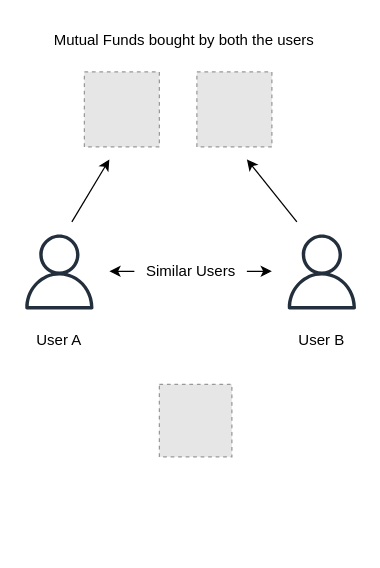
Above: Untitled Diagram.drawio in sudhanshu-shukla-git/Predict-Plus (draw.io), before the change. Source tidied: cells renumbered, new cells numbered last; positions are measured from the earlier drawing's top-left corner, leaving out a move shared by most shapes. Both pictures are drawn from the tidied source at 125%, with x=0, y=0 at pixel (21, 21). Pictures stored in the file or linked from it are replaced by grey dashed boxes.
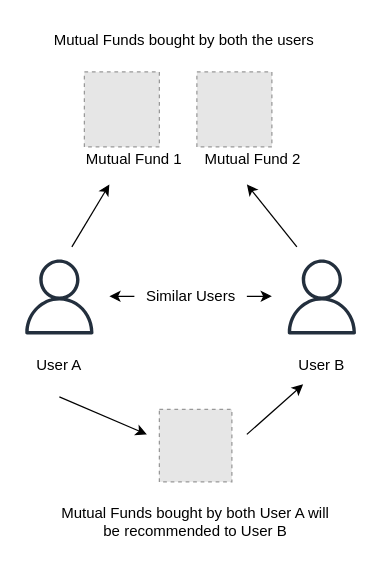
After the change.

The edit, as a diff of the source:
```diff
@@
+    <mxCell id="3" style="fillColor=#E6E6E6;strokeColor=#999999;dashed=1;html=1;verticalAlign=top;verticalLabelPosition=bottom;labelBackgroundColor=#ffffff;" parent="1" vertex="1">
+      <mxGeometry x="50" y="40" width="60" height="60" as="geometry" />
+    </mxCell>
+    <mxCell id="5" style="fillColor=#E6E6E6;strokeColor=#999999;dashed=1;html=1;verticalAlign=top;verticalLabelPosition=bottom;labelBackgroundColor=#ffffff;" parent="1" vertex="1">
+      <mxGeometry x="140" y="40" width="60" height="60" as="geometry" />
+    </mxCell>
+    <mxCell id="12" value="Mutual Funds bought by both the users" style="text;html=1;strokeColor=none;fillColor=none;align=center;verticalAlign=middle;whiteSpace=wrap;rounded=0;" parent="1" vertex="1">
+      <mxGeometry x="10" width="240" height="30" as="geometry" />
+    </mxCell>
+    <mxCell id="15" style="group;" parent="1" vertex="1">
+      <mxGeometry y="130" width="270" height="290" as="geometry" />
+    </mxCell>
-    <mxCell id="2" style="endArrow=classic;startArrow=none;html=1;rounded=0;" parent="1" edge="1" source="8">
+    <mxCell id="2" style="endArrow=classic;startArrow=none;html=1;rounded=0;" parent="15" edge="1" source="8">
       <mxGeometry relative="1" as="geometry">
-        <mxPoint x="200" y="199.5" as="targetPoint" />
+        <mxPoint x="200" y="89.5" as="targetPoint" />
       </mxGeometry>
     </mxCell>
-    <mxCell id="3" style="fillColor=#E6E6E6;strokeColor=#999999;dashed=1;html=1;verticalAlign=top;verticalLabelPosition=bottom;labelBackgroundColor=#ffffff;" parent="1" vertex="1">
-      <mxGeometry x="50" y="40" width="60" height="60" as="geometry" />
-    </mxCell>
-    <mxCell id="4" style="sketch=0;fontColor=#232F3E;gradientColor=none;fillColor=#232F3D;strokeColor=none;dashed=0;verticalLabelPosition=bottom;verticalAlign=top;align=center;html=1;fontSize=12;fontStyle=0;shape=mxgraph.aws4.user;" parent="1" vertex="1">
-      <mxGeometry y="170" width="60" height="60" as="geometry" />
+    <mxCell id="4" style="sketch=0;fontColor=#232F3E;gradientColor=none;fillColor=#232F3D;strokeColor=none;dashed=0;verticalLabelPosition=bottom;verticalAlign=top;align=center;html=1;fontSize=12;fontStyle=0;shape=mxgraph.aws4.user;" parent="15" vertex="1">
+      <mxGeometry y="60" width="60" height="60" as="geometry" />
     </mxCell>
-    <mxCell id="5" style="fillColor=#E6E6E6;strokeColor=#999999;dashed=1;html=1;verticalAlign=top;verticalLabelPosition=bottom;labelBackgroundColor=#ffffff;" parent="1" vertex="1">
-      <mxGeometry x="140" y="40" width="60" height="60" as="geometry" />
-    </mxCell>
-    <mxCell id="6" style="sketch=0;fontColor=#232F3E;gradientColor=none;fillColor=#232F3D;strokeColor=none;dashed=0;verticalLabelPosition=bottom;verticalAlign=top;align=center;html=1;fontSize=12;fontStyle=0;shape=mxgraph.aws4.user;" parent="1" vertex="1">
-      <mxGeometry x="210" y="170" width="60" height="60" as="geometry" />
+    <mxCell id="6" style="sketch=0;fontColor=#232F3E;gradientColor=none;fillColor=#232F3D;strokeColor=none;dashed=0;verticalLabelPosition=bottom;verticalAlign=top;align=center;html=1;fontSize=12;fontStyle=0;shape=mxgraph.aws4.user;" parent="15" vertex="1">
+      <mxGeometry x="210" y="60" width="60" height="60" as="geometry" />
     </mxCell>
-    <mxCell id="7" style="fillColor=#E6E6E6;strokeColor=#999999;dashed=1;html=1;verticalAlign=top;verticalLabelPosition=bottom;labelBackgroundColor=#ffffff;" parent="1" vertex="1">
-      <mxGeometry x="110" y="290" width="58" height="58" as="geometry" />
+    <mxCell id="7" style="fillColor=#E6E6E6;strokeColor=#999999;dashed=1;html=1;verticalAlign=top;verticalLabelPosition=bottom;labelBackgroundColor=#ffffff;" parent="15" vertex="1">
+      <mxGeometry x="110" y="180" width="58" height="58" as="geometry" />
     </mxCell>
-    <mxCell id="8" value="Similar Users" style="text;html=1;align=center;verticalAlign=middle;points=[];strokeColor=none;fillColor=none;" parent="1" vertex="1">
-      <mxGeometry x="90" y="190" width="90" height="20" as="geometry" />
+    <mxCell id="8" value="Similar Users" style="text;html=1;align=center;verticalAlign=middle;points=[];strokeColor=none;fillColor=none;" parent="15" vertex="1">
+      <mxGeometry x="90" y="80" width="90" height="20" as="geometry" />
     </mxCell>
-    <mxCell id="9" style="endArrow=none;startArrow=classic;html=1;rounded=0;" parent="1" edge="1" target="8">
+    <mxCell id="9" style="endArrow=none;startArrow=classic;html=1;rounded=0;" parent="15" edge="1" target="8">
       <mxGeometry relative="1" as="geometry">
-        <mxPoint x="70" y="199.5" as="sourcePoint" />
+        <mxPoint x="70" y="89.5" as="sourcePoint" />
       </mxGeometry>
     </mxCell>
-    <mxCell id="10" style="endArrow=classic;html=1;rounded=0;" parent="1" edge="1">
+    <mxCell id="10" style="endArrow=classic;html=1;rounded=0;" parent="15" edge="1">
       <mxGeometry relative="1" as="geometry">
-        <mxPoint x="40" y="160" as="sourcePoint" />
-        <mxPoint x="70" y="110" as="targetPoint" />
+        <mxPoint x="40" y="50" as="sourcePoint" />
+        <mxPoint x="70" as="targetPoint" />
       </mxGeometry>
     </mxCell>
-    <mxCell id="11" style="endArrow=classic;html=1;rounded=0;" parent="1" edge="1">
+    <mxCell id="11" style="endArrow=classic;html=1;rounded=0;" parent="15" edge="1">
       <mxGeometry relative="1" as="geometry">
-        <mxPoint x="220" y="160" as="sourcePoint" />
-        <mxPoint x="180" y="110" as="targetPoint" />
+        <mxPoint x="220" y="50" as="sourcePoint" />
+        <mxPoint x="180" as="targetPoint" />
       </mxGeometry>
     </mxCell>
-    <mxCell id="12" value="Mutual Funds bought by both the users" style="text;html=1;strokeColor=none;fillColor=none;align=center;verticalAlign=middle;whiteSpace=wrap;rounded=0;" parent="1" vertex="1">
-      <mxGeometry x="10" width="240" height="30" as="geometry" />
-    </mxCell>
-    <mxCell id="13" value="User A" style="text;html=1;strokeColor=none;fillColor=none;align=center;verticalAlign=middle;whiteSpace=wrap;rounded=0;" parent="1" vertex="1">
-      <mxGeometry y="240" width="60" height="30" as="geometry" />
+    <mxCell id="13" value="User A" style="text;html=1;strokeColor=none;fillColor=none;align=center;verticalAlign=middle;whiteSpace=wrap;rounded=0;" parent="15" vertex="1">
+      <mxGeometry y="130" width="60" height="30" as="geometry" />
     </mxCell>
-    <mxCell id="14" value="User B" style="text;html=1;strokeColor=none;fillColor=none;align=center;verticalAlign=middle;whiteSpace=wrap;rounded=0;" parent="1" vertex="1">
-      <mxGeometry x="210" y="240" width="60" height="30" as="geometry" />
+    <mxCell id="14" value="User B" style="text;html=1;strokeColor=none;fillColor=none;align=center;verticalAlign=middle;whiteSpace=wrap;rounded=0;" parent="15" vertex="1">
+      <mxGeometry x="210" y="130" width="60" height="30" as="geometry" />
     </mxCell>
+    <mxCell id="16" style="endArrow=classic;html=1;rounded=0;entryX=0.25;entryY=1;entryDx=0;entryDy=0;" parent="15" edge="1" target="14">
+      <mxGeometry relative="1" as="geometry">
+        <mxPoint x="180" y="200" as="sourcePoint" />
+      </mxGeometry>
+    </mxCell>
+    <mxCell id="17" style="endArrow=classic;html=1;rounded=0;" parent="15" edge="1">
+      <mxGeometry relative="1" as="geometry">
+        <mxPoint x="30" y="170" as="sourcePoint" />
+        <mxPoint x="100" y="200" as="targetPoint" />
+      </mxGeometry>
+    </mxCell>
+    <mxCell id="18" value="Mutual Funds bought by both User A will be recommended to User B" style="text;html=1;strokeColor=none;fillColor=none;align=center;verticalAlign=middle;whiteSpace=wrap;rounded=0;" parent="15" vertex="1">
+      <mxGeometry x="29" y="250" width="220" height="40" as="geometry" />
+    </mxCell>
+    <mxCell id="19" value="Mutual Fund 1" style="text;html=1;strokeColor=none;fillColor=none;align=center;verticalAlign=middle;whiteSpace=wrap;rounded=0;" parent="1" vertex="1">
+      <mxGeometry x="50" y="100" width="80" height="20" as="geometry" />
+    </mxCell>
+    <mxCell id="20" value="Mutual Fund 2" style="text;html=1;strokeColor=none;fillColor=none;align=center;verticalAlign=middle;whiteSpace=wrap;rounded=0;" parent="1" vertex="1">
+      <mxGeometry x="145" y="100" width="80" height="20" as="geometry" />
+    </mxCell>
```
